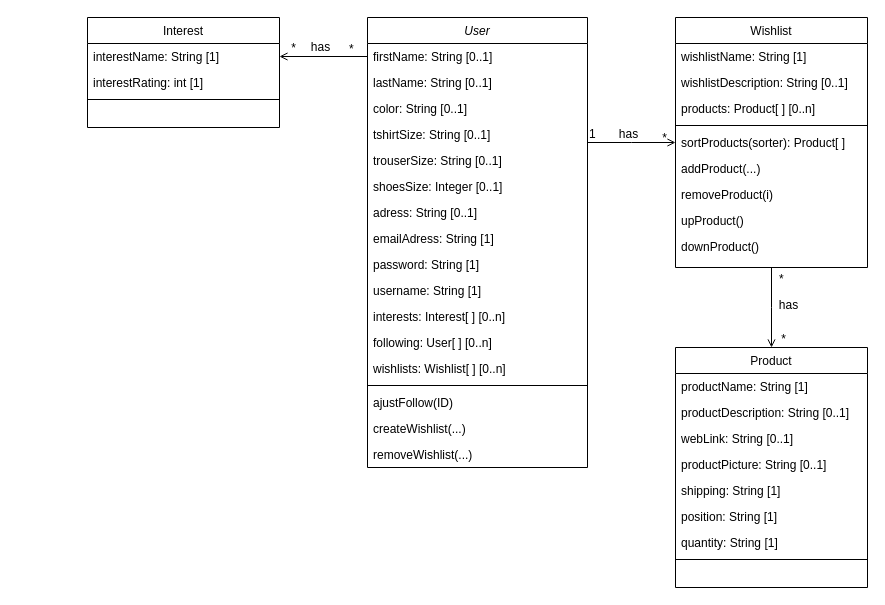
The draw.io diagram Diagrammes/ClassDiagram.drawio in NNepper/LSINF1225-2020-GroupeL1.1-WishList, before the edit. Source tidied: cells renumbered, new cells numbered last; positions are measured from the earlier drawing's top-left corner, leaving out a move shared by most shapes. Both pictures are drawn from the tidied source at 100%, with x=0, y=0 at pixel (87, 17).
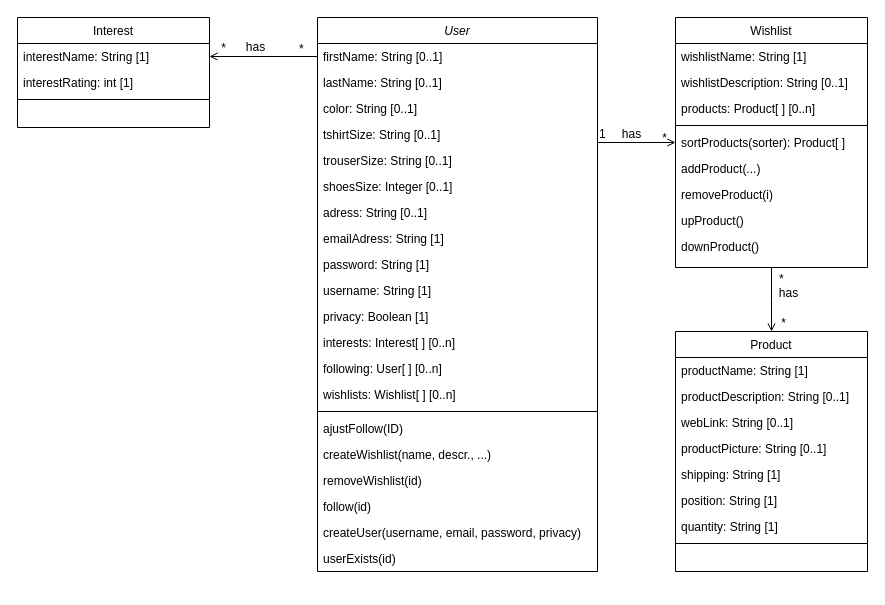
After the change.

Commit message:
Ajout de privacy et des fonctions dese diagrammes de séquence

Unchanged cells that the change refers to:
```xml
<mxCell id="48" value="interestName: String [1]" style="text;align=left;verticalAlign=top;spacingLeft=4;spacingRight=4;overflow=hidden;points=[[0,0.5],[1,0.5]];portConstraint=eastwest;" parent="47" vertex="1">
  <mxGeometry y="26" width="192" height="26" as="geometry" />
</mxCell>
```

The edit, as a diff of the source:
```diff
@@
     <mxCell id="2" value="User" style="swimlane;fontStyle=2;align=center;verticalAlign=top;horizontal=1;startSize=26;rounded=0;shadow=0;strokeWidth=1;" parent="1" vertex="1">
-      <mxGeometry x="280" width="220" height="450" as="geometry" />
+      <mxGeometry x="230" width="280" height="554" as="geometry" />
     </mxCell>
     <mxCell id="3" value="firstName: String [0..1]" style="text;align=left;verticalAlign=top;spacingLeft=4;spacingRight=4;overflow=hidden;points=[[0,0.5],[1,0.5]];portConstraint=eastwest;" parent="2" vertex="1">
-      <mxGeometry y="26" width="220" height="26" as="geometry" />
+      <mxGeometry y="26" width="280" height="26" as="geometry" />
     </mxCell>
     <mxCell id="4" value="lastName: String [0..1]" style="text;align=left;verticalAlign=top;spacingLeft=4;spacingRight=4;overflow=hidden;rounded=0;shadow=0;html=0;" parent="2" vertex="1">
-      <mxGeometry y="52" width="220" height="26" as="geometry" />
+      <mxGeometry y="52" width="280" height="26" as="geometry" />
     </mxCell>
     <mxCell id="5" value="color: String [0..1]" style="text;align=left;verticalAlign=top;spacingLeft=4;spacingRight=4;overflow=hidden;rounded=0;shadow=0;html=0;" parent="2" vertex="1">
-      <mxGeometry y="78" width="220" height="26" as="geometry" />
+      <mxGeometry y="78" width="280" height="26" as="geometry" />
     </mxCell>
     <mxCell id="6" value="tshirtSize: String [0..1]" style="text;align=left;verticalAlign=top;spacingLeft=4;spacingRight=4;overflow=hidden;" parent="2" vertex="1">
-      <mxGeometry y="104" width="220" height="26" as="geometry" />
+      <mxGeometry y="104" width="280" height="26" as="geometry" />
     </mxCell>
     <mxCell id="7" value="trouserSize: String [0..1]" style="text;align=left;verticalAlign=top;spacingLeft=4;spacingRight=4;overflow=hidden;" parent="2" vertex="1">
-      <mxGeometry y="130" width="220" height="26" as="geometry" />
+      <mxGeometry y="130" width="280" height="26" as="geometry" />
     </mxCell>
     <mxCell id="8" value="shoesSize: Integer [0..1]" style="text;align=left;verticalAlign=top;spacingLeft=4;spacingRight=4;overflow=hidden;" parent="2" vertex="1">
-      <mxGeometry y="156" width="220" height="26" as="geometry" />
+      <mxGeometry y="156" width="280" height="26" as="geometry" />
     </mxCell>
     <mxCell id="9" value="adress: String [0..1]" style="text;align=left;verticalAlign=top;spacingLeft=4;spacingRight=4;overflow=hidden;" parent="2" vertex="1">
-      <mxGeometry y="182" width="220" height="26" as="geometry" />
+      <mxGeometry y="182" width="280" height="26" as="geometry" />
     </mxCell>
     <mxCell id="10" value="emailAdress: String [1]" style="text;align=left;verticalAlign=top;spacingLeft=4;spacingRight=4;overflow=hidden;" parent="2" vertex="1">
-      <mxGeometry y="208" width="220" height="26" as="geometry" />
+      <mxGeometry y="208" width="280" height="26" as="geometry" />
     </mxCell>
     <mxCell id="11" value="password: String [1]" style="text;align=left;verticalAlign=top;spacingLeft=4;spacingRight=4;overflow=hidden;" parent="2" vertex="1">
-      <mxGeometry y="234" width="220" height="26" as="geometry" />
+      <mxGeometry y="234" width="280" height="26" as="geometry" />
     </mxCell>
     <mxCell id="12" value="username: String [1]" style="text;align=left;verticalAlign=top;spacingLeft=4;spacingRight=4;overflow=hidden;" parent="2" vertex="1">
-      <mxGeometry y="260" width="220" height="26" as="geometry" />
+      <mxGeometry y="260" width="280" height="26" as="geometry" />
     </mxCell>
+    <mxCell id="55" value="privacy: Boolean [1]" style="text;align=left;verticalAlign=top;spacingLeft=4;spacingRight=4;overflow=hidden;" parent="2" vertex="1">
+      <mxGeometry y="286" width="280" height="26" as="geometry" />
+    </mxCell>
     <mxCell id="13" value="interests: Interest[ ] [0..n]" style="text;align=left;verticalAlign=top;spacingLeft=4;spacingRight=4;overflow=hidden;" parent="2" vertex="1">
-      <mxGeometry y="286" width="220" height="26" as="geometry" />
+      <mxGeometry y="312" width="280" height="26" as="geometry" />
     </mxCell>
     <mxCell id="14" value="following: User[ ] [0..n]" style="text;align=left;verticalAlign=top;spacingLeft=4;spacingRight=4;overflow=hidden;" parent="2" vertex="1">
-      <mxGeometry y="312" width="220" height="26" as="geometry" />
+      <mxGeometry y="338" width="280" height="26" as="geometry" />
     </mxCell>
     <mxCell id="15" value="wishlists: Wishlist[ ] [0..n]" style="text;align=left;verticalAlign=top;spacingLeft=4;spacingRight=4;overflow=hidden;" parent="2" vertex="1">
-      <mxGeometry y="338" width="220" height="26" as="geometry" />
+      <mxGeometry y="364" width="280" height="26" as="geometry" />
     </mxCell>
     <mxCell id="16" style="line;html=1;strokeWidth=1;align=left;verticalAlign=middle;spacingTop=-1;spacingLeft=3;spacingRight=3;labelPosition=right;" parent="2" vertex="1">
-      <mxGeometry y="364" width="220" height="8" as="geometry" />
+      <mxGeometry y="390" width="280" height="8" as="geometry" />
     </mxCell>
     <mxCell id="17" value="ajustFollow(ID)" style="text;align=left;verticalAlign=top;spacingLeft=4;spacingRight=4;overflow=hidden;" parent="2" vertex="1">
-      <mxGeometry y="372" width="220" height="26" as="geometry" />
+      <mxGeometry y="398" width="280" height="26" as="geometry" />
     </mxCell>
-    <mxCell id="18" value="createWishlist(...)" style="text;align=left;verticalAlign=top;spacingLeft=4;spacingRight=4;overflow=hidden;" parent="2" vertex="1">
-      <mxGeometry y="398" width="220" height="26" as="geometry" />
+    <mxCell id="18" value="createWishlist(name, descr., ...)" style="text;align=left;verticalAlign=top;spacingLeft=4;spacingRight=4;overflow=hidden;" parent="2" vertex="1">
+      <mxGeometry y="424" width="280" height="26" as="geometry" />
     </mxCell>
-    <mxCell id="19" value="removeWishlist(...)" style="text;align=left;verticalAlign=top;spacingLeft=4;spacingRight=4;overflow=hidden;" parent="2" vertex="1">
-      <mxGeometry y="424" width="220" height="26" as="geometry" />
+    <mxCell id="19" value="removeWishlist(id)" style="text;align=left;verticalAlign=top;spacingLeft=4;spacingRight=4;overflow=hidden;" parent="2" vertex="1">
+      <mxGeometry y="450" width="280" height="26" as="geometry" />
     </mxCell>
+    <mxCell id="56" value="follow(id)" style="text;align=left;verticalAlign=top;spacingLeft=4;spacingRight=4;overflow=hidden;" parent="2" vertex="1">
+      <mxGeometry y="476" width="280" height="26" as="geometry" />
+    </mxCell>
+    <mxCell id="57" value="createUser(username, email, password, privacy)" style="text;align=left;verticalAlign=top;spacingLeft=4;spacingRight=4;overflow=hidden;" parent="2" vertex="1">
+      <mxGeometry y="502" width="280" height="26" as="geometry" />
+    </mxCell>
+    <mxCell id="58" value="userExists(id)" style="text;align=left;verticalAlign=top;spacingLeft=4;spacingRight=4;overflow=hidden;" parent="2" vertex="1">
+      <mxGeometry y="528" width="280" height="26" as="geometry" />
+    </mxCell>
@@
+    <mxCell id="51" style="endArrow=open;shadow=0;strokeWidth=1;strokeColor=#000000;rounded=0;endFill=1;edgeStyle=elbowEdgeStyle;elbow=vertical;entryX=1;entryY=0.5;entryDx=0;entryDy=0;exitX=0;exitY=0.5;exitDx=0;exitDy=0;" parent="1" edge="1" source="3" target="48">
+      <mxGeometry x="0.5" y="41" relative="1" as="geometry">
+        <mxPoint x="-40" y="32" as="offset" />
+      </mxGeometry>
+    </mxCell>
+    <mxCell id="52" value="*" style="align=left;verticalAlign=bottom;labelBackgroundColor=none;fontSize=12;" parent="51" vertex="1">
+      <mxGeometry x="-1" relative="1" as="geometry">
+        <mxPoint x="-20" y="1" as="offset" />
+      </mxGeometry>
+    </mxCell>
+    <mxCell id="53" value="*" style="align=right;verticalAlign=bottom;labelBackgroundColor=none;fontSize=12;" parent="51" vertex="1">
+      <mxGeometry x="1" relative="1" as="geometry">
+        <mxPoint x="18" y="0.4" as="offset" />
+      </mxGeometry>
+    </mxCell>
+    <mxCell id="54" value="has" style="text;html=1;align=center;verticalAlign=middle;labelBackgroundColor=none;rounded=0;shadow=0;strokeWidth=1;fontSize=12;" parent="51" vertex="1">
+      <mxGeometry x="0.5" y="49" relative="1" as="geometry">
+        <mxPoint x="18.6" y="-58.3" as="offset" />
+      </mxGeometry>
+    </mxCell>
     <mxCell id="38" value="Product" style="swimlane;fontStyle=0;align=center;verticalAlign=top;horizontal=1;startSize=26;rounded=0;shadow=0;strokeWidth=1;" parent="1" vertex="1">
-      <mxGeometry x="588" y="330" width="192" height="240" as="geometry" />
+      <mxGeometry x="588" y="314" width="192" height="240" as="geometry" />
     </mxCell>
@@
     <mxCell id="47" value="Interest" style="swimlane;fontStyle=0;align=center;verticalAlign=top;horizontal=1;startSize=26;rounded=0;shadow=0;strokeWidth=1;" parent="1" vertex="1">
-      <mxGeometry width="192" height="110" as="geometry" />
+      <mxGeometry x="-70" width="192" height="110" as="geometry" />
     </mxCell>
@@
-    <mxCell id="51" style="endArrow=open;shadow=0;strokeWidth=1;strokeColor=#000000;rounded=0;endFill=1;edgeStyle=elbowEdgeStyle;elbow=vertical;entryX=1;entryY=0.5;entryDx=0;entryDy=0;exitX=0;exitY=0.5;exitDx=0;exitDy=0;" parent="1" edge="1" source="3" target="48">
-      <mxGeometry x="0.5" y="41" relative="1" as="geometry">
-        <mxPoint x="-40" y="32" as="offset" />
-      </mxGeometry>
-    </mxCell>
-    <mxCell id="52" value="*" style="align=left;verticalAlign=bottom;labelBackgroundColor=none;fontSize=12;" parent="51" vertex="1">
-      <mxGeometry x="-1" relative="1" as="geometry">
-        <mxPoint x="-20" y="1" as="offset" />
-      </mxGeometry>
-    </mxCell>
-    <mxCell id="53" value="*" style="align=right;verticalAlign=bottom;labelBackgroundColor=none;fontSize=12;" parent="51" vertex="1">
-      <mxGeometry x="1" relative="1" as="geometry">
-        <mxPoint x="18" y="0.4" as="offset" />
-      </mxGeometry>
-    </mxCell>
-    <mxCell id="54" value="has" style="text;html=1;align=center;verticalAlign=middle;labelBackgroundColor=none;rounded=0;shadow=0;strokeWidth=1;fontSize=12;" parent="51" vertex="1">
-      <mxGeometry x="0.5" y="49" relative="1" as="geometry">
-        <mxPoint x="18.6" y="-58.3" as="offset" />
-      </mxGeometry>
-    </mxCell>
```
